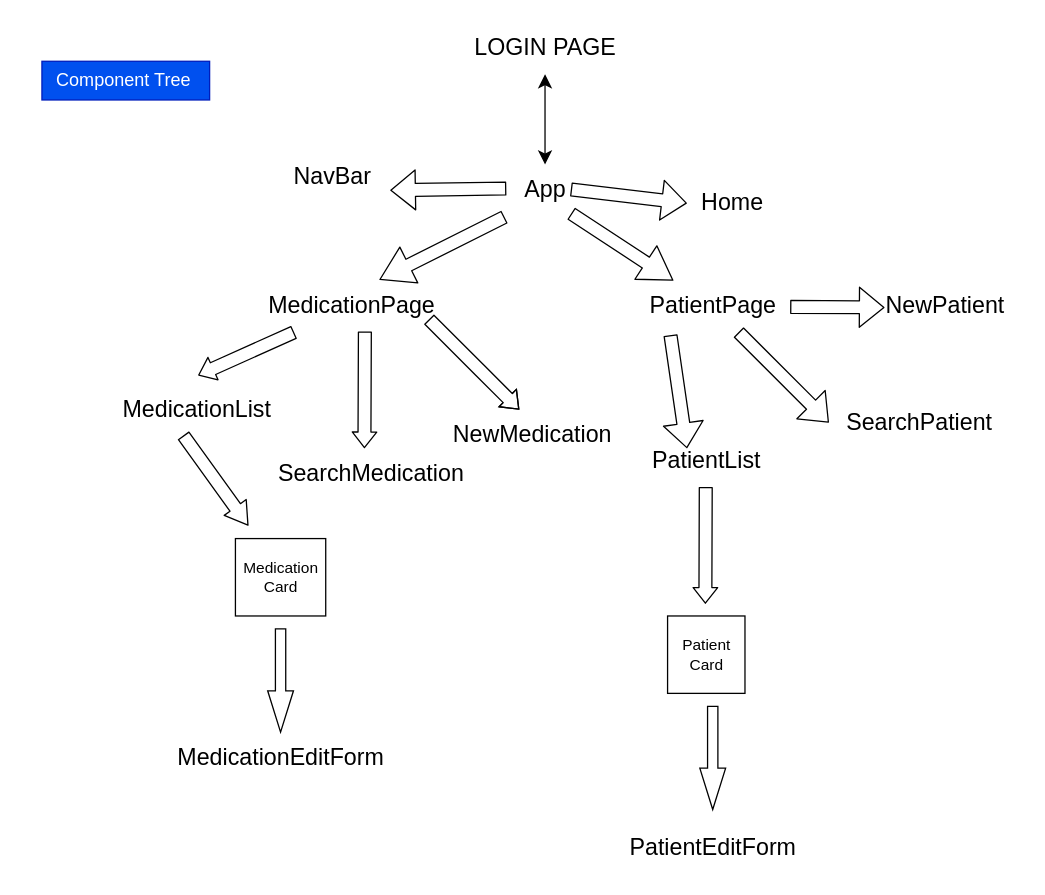
Earlier version of the draw.io diagram .dio (minchulan/dailydose-client). Source tidied: cells renumbered, new cells numbered last; positions are measured from the earlier drawing's top-left corner, leaving out a move shared by most shapes. Both pictures are drawn from the tidied source at 129%, with x=0, y=0 at pixel (41, 22).
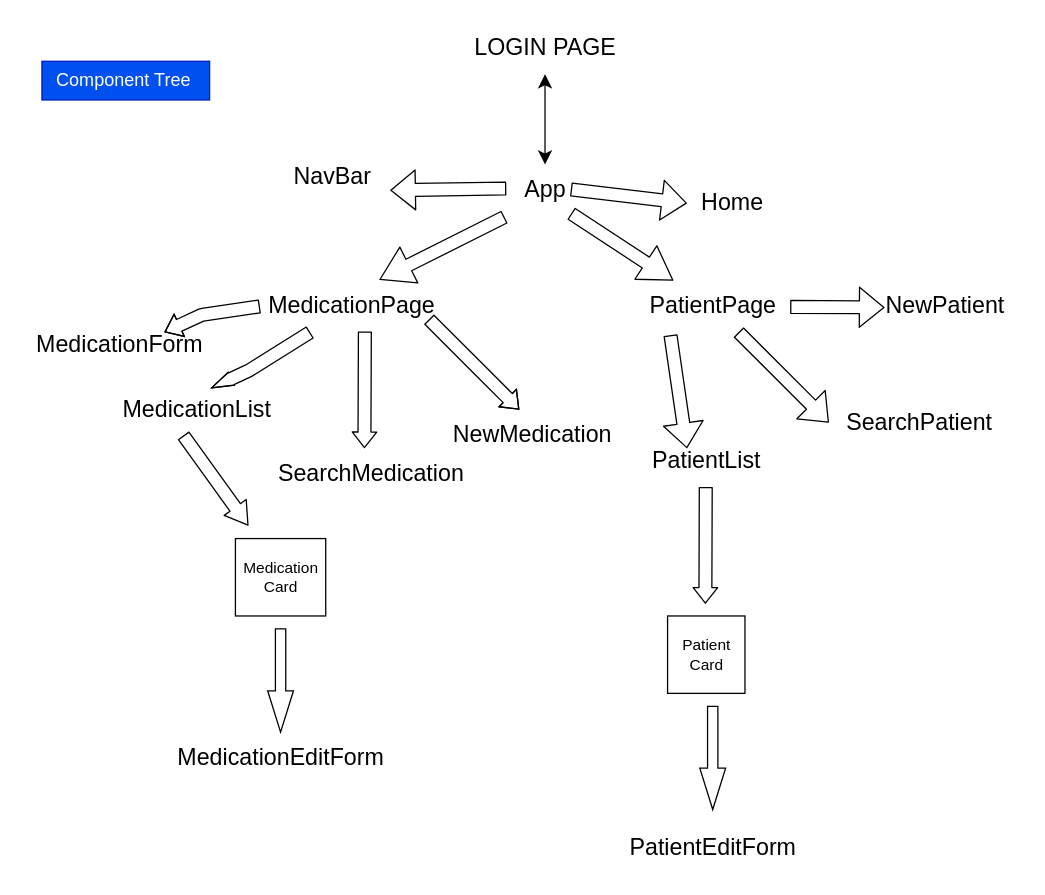
Above is the later version.

The change refers to these unchanged cells:
```xml
<mxCell id="3" value="&lt;font style=&quot;font-size: 18px;&quot;&gt;MedicationPage&lt;/font&gt;" style="text;html=1;align=center;verticalAlign=middle;points=[];strokeColor=none;fillColor=none;fontSize=14;" parent="1" vertex="1">
  <mxGeometry x="165" y="200" width="150" height="40" as="geometry" />
</mxCell>
<mxCell id="8" value="&lt;font style=&quot;font-size: 18px;&quot;&gt;MedicationList&lt;/font&gt;" style="text;html=1;align=center;verticalAlign=middle;points=[];strokeColor=none;fillColor=none;fontSize=14;" parent="1" vertex="1">
  <mxGeometry x="50" y="280" width="140" height="40" as="geometry" />
</mxCell>
```

The edit, as a diff of the source:
```diff
@@
-    <mxCell id="9" style="edgeStyle=none;jettySize=auto;html=1;fontSize=18;shape=flexArrow;entryX=0.508;entryY=-0.165;entryDx=0;entryDy=0;entryPerimeter=0;endWidth=8;endSize=3.7;" parent="1" edge="1" source="3" target="8">
-      <mxGeometry relative="1" as="geometry" />
-    </mxCell>
@@
+    <mxCell id="36" style="edgeStyle=none;jettySize=auto;html=1;fontSize=18;shape=flexArrow;entryX=0.508;entryY=-0.165;entryDx=0;entryDy=0;entryPerimeter=0;endWidth=0;endSize=5.26;" parent="1" edge="1" source="3">
+      <mxGeometry relative="1" as="geometry">
+        <mxPoint x="131.1" y="283.4" as="targetPoint" />
+        <Array as="points">
+          <mxPoint x="160" y="270" />
+        </Array>
+      </mxGeometry>
+    </mxCell>
+    <mxCell id="37" style="edgeStyle=none;orthogonalLoop=1;jettySize=auto;html=1;fontSize=18;shape=flexArrow;entryX=0.508;entryY=-0.165;entryDx=0;entryDy=0;entryPerimeter=0;endWidth=8;endSize=3.7;" parent="1" edge="1">
+      <mxGeometry relative="1" as="geometry">
+        <mxPoint x="169" y="220" as="sourcePoint" />
+        <mxPoint x="95" y="240" as="targetPoint" />
+        <Array as="points">
+          <mxPoint x="123.9" y="226.6" />
+        </Array>
+      </mxGeometry>
+    </mxCell>
+    <mxCell id="38" value="&lt;font style=&quot;font-size: 18px;&quot;&gt;MedicationForm&lt;/font&gt;" style="text;html=1;align=center;verticalAlign=middle;strokeColor=none;fillColor=none;fontSize=14;" parent="1" vertex="1">
+      <mxGeometry x="-15" y="230" width="150" height="40" as="geometry" />
+    </mxCell>
```
